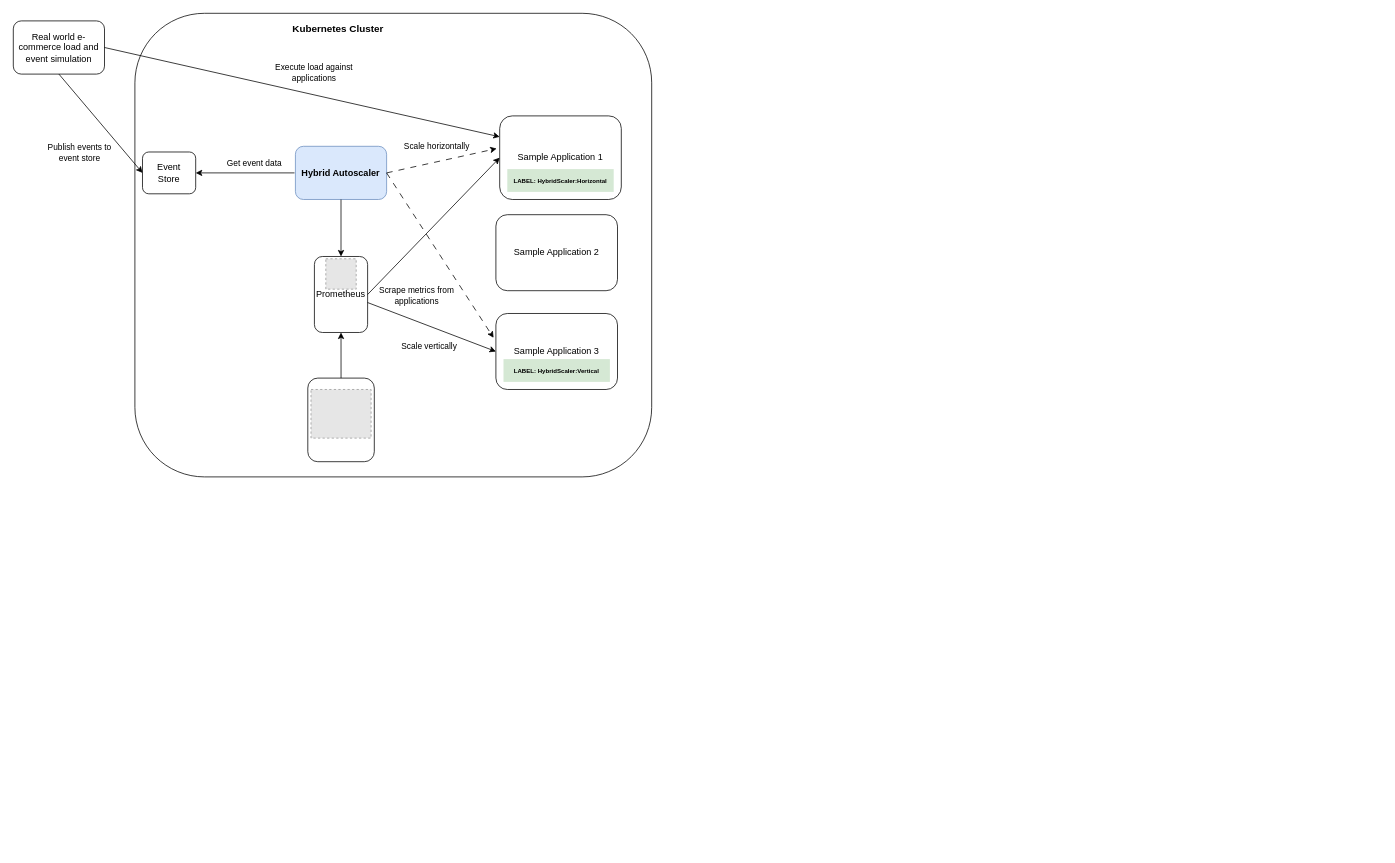
This is high-level-methodology.drawio from kerrystack/msc-project, a draw.io file, before an edit. Source tidied: cells renumbered, new cells numbered last; positions are measured from the earlier drawing's top-left corner, leaving out a move shared by most shapes. Both pictures are drawn from the tidied source at 76%, with x=0, y=0 at pixel (13, 13). Pictures stored in the file or linked from it are replaced by grey dashed boxes.
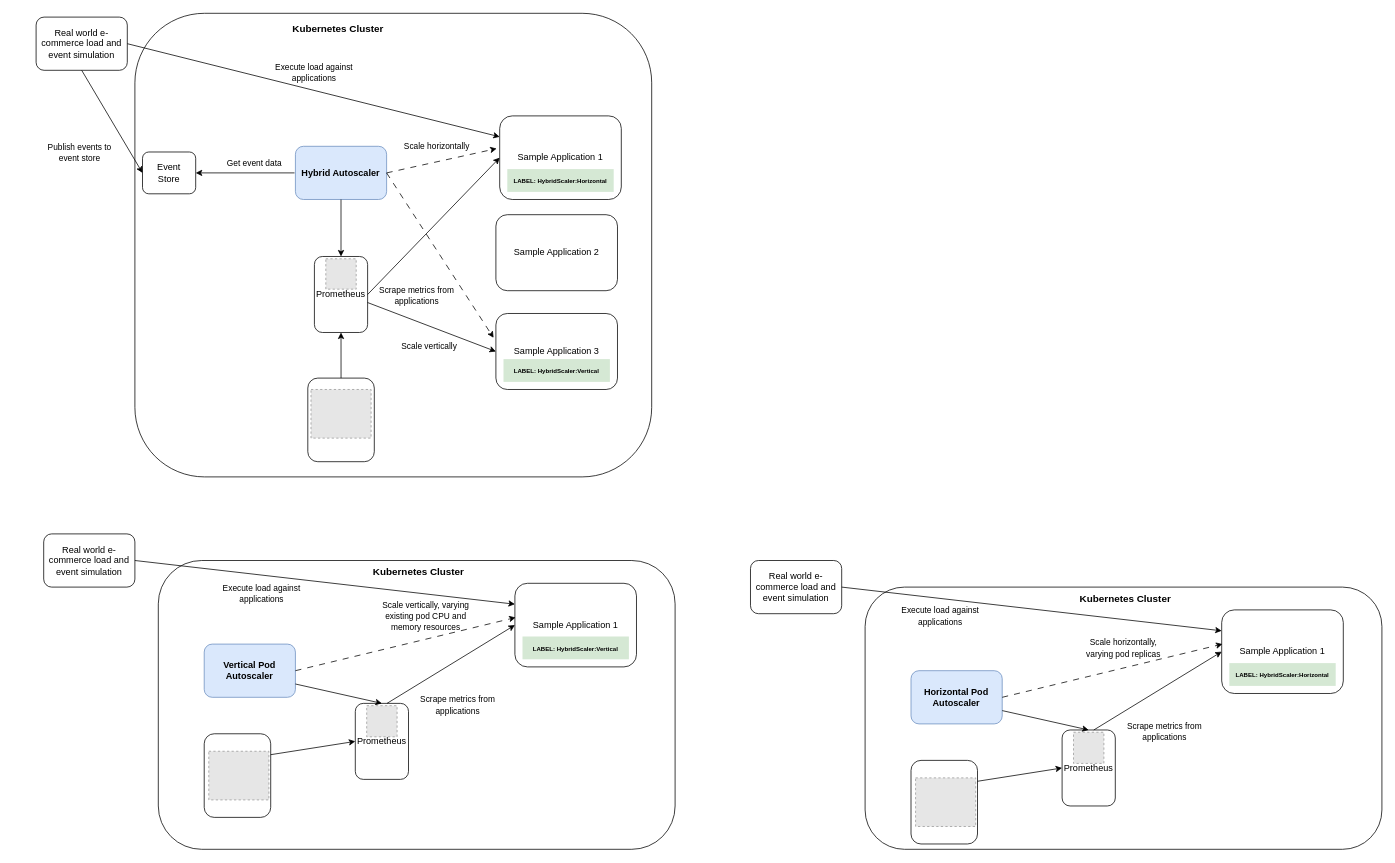
After the change.

Change to the diagram source:
```diff
@@
     <mxCell id="9" value="Real world e-commerce load and event simulation" style="rounded=1;whiteSpace=wrap;html=1;fillColor=none;" parent="1" vertex="1">
-      <mxGeometry y="10" width="120" height="70" as="geometry" />
+      <mxGeometry x="30" y="5" width="120" height="70" as="geometry" />
     </mxCell>
@@
+    <mxCell id="31" style="rounded=1;whiteSpace=wrap;html=1;fillColor=none;" parent="1" vertex="1">
+      <mxGeometry x="190.8" y="720" width="680" height="380" as="geometry" />
+    </mxCell>
+    <mxCell id="32" value="Sample Application 1" style="rounded=1;whiteSpace=wrap;html=1;fillColor=none;" parent="1" vertex="1">
+      <mxGeometry x="660" y="750" width="160" height="110" as="geometry" />
+    </mxCell>
+    <mxCell id="33" value="&lt;font style=&quot;font-size: 8px;&quot;&gt;&lt;b&gt;LABEL: HybridScaler:Horizontal&lt;/b&gt;&lt;/font&gt;" style="rounded=0;whiteSpace=wrap;html=1;fillColor=#d5e8d4;strokeColor=none;" parent="1" vertex="1">
+      <mxGeometry x="1600" y="855" width="140" height="30" as="geometry" />
+    </mxCell>
+    <mxCell id="34" value="&lt;font style=&quot;font-size: 8px;&quot;&gt;&lt;b&gt;LABEL: HybridScaler:Vertical&lt;/b&gt;&lt;/font&gt;" style="rounded=0;whiteSpace=wrap;html=1;fillColor=#d5e8d4;strokeColor=none;" parent="1" vertex="1">
+      <mxGeometry x="670" y="820" width="140" height="30" as="geometry" />
+    </mxCell>
+    <mxCell id="35" value="&lt;font size=&quot;1&quot; style=&quot;&quot;&gt;&lt;b style=&quot;font-size: 13px;&quot;&gt;Kubernetes Cluster&lt;/b&gt;&lt;/font&gt;" style="rounded=0;whiteSpace=wrap;html=1;fillColor=none;strokeColor=none;" parent="1" vertex="1">
+      <mxGeometry x="451.2" y="720" width="165" height="30" as="geometry" />
+    </mxCell>
+    <mxCell id="36" value="Real world e-commerce load and event simulation" style="rounded=1;whiteSpace=wrap;html=1;fillColor=none;" parent="1" vertex="1">
+      <mxGeometry x="40" y="685" width="120" height="70" as="geometry" />
+    </mxCell>
+    <mxCell id="37" value="&lt;b&gt;Vertical Pod Autoscaler&lt;/b&gt;" style="rounded=1;whiteSpace=wrap;html=1;fillColor=#dae8fc;strokeColor=#6c8ebf;" parent="1" vertex="1">
+      <mxGeometry x="251.2" y="830" width="120" height="70" as="geometry" />
+    </mxCell>
+    <mxCell id="38" value="Prometheus" style="rounded=1;whiteSpace=wrap;html=1;fillColor=none;" parent="1" vertex="1">
+      <mxGeometry x="450" y="908" width="70" height="100" as="geometry" />
+    </mxCell>
+    <mxCell id="39" style="endArrow=classic;html=1;rounded=0;fontSize=10;entryX=0;entryY=0.5;entryDx=0;entryDy=0;exitX=0.596;exitY=0;exitDx=0;exitDy=0;exitPerimeter=0;" parent="1" edge="1" source="38" target="32">
+      <mxGeometry relative="1" as="geometry" />
+    </mxCell>
+    <mxCell id="40" style="endArrow=classic;html=1;rounded=0;fontSize=10;entryX=0;entryY=0.25;entryDx=0;entryDy=0;exitX=1;exitY=0.5;exitDx=0;exitDy=0;" parent="1" edge="1" source="36" target="32">
+      <mxGeometry relative="1" as="geometry" />
+    </mxCell>
+    <mxCell id="41" style="endArrow=classic;html=1;rounded=0;fontSize=10;entryX=0.5;entryY=0;entryDx=0;entryDy=0;exitX=1;exitY=0.75;exitDx=0;exitDy=0;" parent="1" edge="1" source="37" target="38">
+      <mxGeometry relative="1" as="geometry" />
+    </mxCell>
+    <mxCell id="42" style="fillColor=#E6E6E6;strokeColor=#999999;dashed=1;verticalLabelPosition=bottom;labelBackgroundColor=default;verticalAlign=top;" parent="1" vertex="1">
+      <mxGeometry x="465" y="911" width="40" height="41" as="geometry" />
+    </mxCell>
+    <mxCell id="43" style="fillColor=#E6E6E6;strokeColor=#999999;dashed=1;verticalLabelPosition=bottom;labelBackgroundColor=default;verticalAlign=top;" parent="1" vertex="1">
+      <mxGeometry x="257.2" y="971" width="79.1" height="64" as="geometry" />
+    </mxCell>
+    <mxCell id="44" style="rounded=1;whiteSpace=wrap;html=1;fillColor=none;" parent="1" vertex="1">
+      <mxGeometry x="251.2" y="948" width="87.5" height="110" as="geometry" />
+    </mxCell>
+    <mxCell id="45" style="endArrow=classic;html=1;rounded=0;fontSize=10;entryX=0;entryY=0.5;entryDx=0;entryDy=0;exitX=1;exitY=0.25;exitDx=0;exitDy=0;" parent="1" edge="1" source="44" target="38">
+      <mxGeometry relative="1" as="geometry" />
+    </mxCell>
+    <mxCell id="46" style="endArrow=classic;html=1;rounded=0;dashed=1;dashPattern=8 8;exitX=1;exitY=0.5;exitDx=0;exitDy=0;entryX=0.006;entryY=0.409;entryDx=0;entryDy=0;entryPerimeter=0;" parent="1" edge="1" source="37" target="32">
+      <mxGeometry relative="1" as="geometry" />
+    </mxCell>
+    <mxCell id="47" value="&lt;font style=&quot;font-size: 11px;&quot;&gt;Scale vertically, varying existing pod CPU and memory resources&lt;/font&gt;" style="rounded=0;whiteSpace=wrap;html=1;fillColor=none;strokeColor=none;" parent="1" vertex="1">
+      <mxGeometry x="468.8" y="785" width="147.5" height="15" as="geometry" />
+    </mxCell>
+    <mxCell id="48" value="&lt;span style=&quot;font-size: 11px;&quot;&gt;Execute load against applications&lt;/span&gt;" style="rounded=0;whiteSpace=wrap;html=1;fillColor=none;strokeColor=none;" parent="1" vertex="1">
+      <mxGeometry x="257.2" y="755" width="140" height="15" as="geometry" />
+    </mxCell>
+    <mxCell id="49" value="&lt;font style=&quot;font-size: 11px;&quot;&gt;Scrape metrics from applications&lt;/font&gt;" style="rounded=0;whiteSpace=wrap;html=1;fillColor=none;strokeColor=none;" parent="1" vertex="1">
+      <mxGeometry x="525" y="902.5" width="120" height="15" as="geometry" />
+    </mxCell>
+    <mxCell id="50" style="rounded=1;whiteSpace=wrap;html=1;fillColor=none;" parent="1" vertex="1">
+      <mxGeometry x="1120.8" y="755" width="680" height="345" as="geometry" />
+    </mxCell>
+    <mxCell id="51" value="Sample Application 1" style="rounded=1;whiteSpace=wrap;html=1;fillColor=none;" parent="1" vertex="1">
+      <mxGeometry x="1590" y="785" width="160" height="110" as="geometry" />
+    </mxCell>
+    <mxCell id="52" value="&lt;font size=&quot;1&quot; style=&quot;&quot;&gt;&lt;b style=&quot;font-size: 13px;&quot;&gt;Kubernetes Cluster&lt;/b&gt;&lt;/font&gt;" style="rounded=0;whiteSpace=wrap;html=1;fillColor=none;strokeColor=none;" parent="1" vertex="1">
+      <mxGeometry x="1381.2" y="755" width="165" height="30" as="geometry" />
+    </mxCell>
+    <mxCell id="53" value="Real world e-commerce load and event simulation" style="rounded=1;whiteSpace=wrap;html=1;fillColor=none;" parent="1" vertex="1">
+      <mxGeometry x="970" y="720" width="120" height="70" as="geometry" />
+    </mxCell>
+    <mxCell id="54" value="&lt;b&gt;Horizontal Pod Autoscaler&lt;/b&gt;" style="rounded=1;whiteSpace=wrap;html=1;fillColor=#dae8fc;strokeColor=#6c8ebf;" parent="1" vertex="1">
+      <mxGeometry x="1181.2" y="865" width="120" height="70" as="geometry" />
+    </mxCell>
+    <mxCell id="55" value="Prometheus" style="rounded=1;whiteSpace=wrap;html=1;fillColor=none;" parent="1" vertex="1">
+      <mxGeometry x="1380" y="943" width="70" height="100" as="geometry" />
+    </mxCell>
+    <mxCell id="56" style="endArrow=classic;html=1;rounded=0;fontSize=10;entryX=0;entryY=0.5;entryDx=0;entryDy=0;exitX=0.596;exitY=0;exitDx=0;exitDy=0;exitPerimeter=0;" parent="1" edge="1" source="55" target="51">
+      <mxGeometry relative="1" as="geometry" />
+    </mxCell>
+    <mxCell id="57" style="endArrow=classic;html=1;rounded=0;fontSize=10;entryX=0;entryY=0.25;entryDx=0;entryDy=0;exitX=1;exitY=0.5;exitDx=0;exitDy=0;" parent="1" edge="1" source="53" target="51">
+      <mxGeometry relative="1" as="geometry" />
+    </mxCell>
+    <mxCell id="58" style="endArrow=classic;html=1;rounded=0;fontSize=10;entryX=0.5;entryY=0;entryDx=0;entryDy=0;exitX=1;exitY=0.75;exitDx=0;exitDy=0;" parent="1" edge="1" source="54" target="55">
+      <mxGeometry relative="1" as="geometry" />
+    </mxCell>
+    <mxCell id="59" style="fillColor=#E6E6E6;strokeColor=#999999;dashed=1;verticalLabelPosition=bottom;labelBackgroundColor=default;verticalAlign=top;" parent="1" vertex="1">
+      <mxGeometry x="1395" y="946" width="40" height="41" as="geometry" />
+    </mxCell>
+    <mxCell id="60" style="fillColor=#E6E6E6;strokeColor=#999999;dashed=1;verticalLabelPosition=bottom;labelBackgroundColor=default;verticalAlign=top;" parent="1" vertex="1">
+      <mxGeometry x="1187.2" y="1006" width="79.1" height="64" as="geometry" />
+    </mxCell>
+    <mxCell id="61" style="rounded=1;whiteSpace=wrap;html=1;fillColor=none;" parent="1" vertex="1">
+      <mxGeometry x="1181.2" y="983" width="87.5" height="110" as="geometry" />
+    </mxCell>
+    <mxCell id="62" style="endArrow=classic;html=1;rounded=0;fontSize=10;entryX=0;entryY=0.5;entryDx=0;entryDy=0;exitX=1;exitY=0.25;exitDx=0;exitDy=0;" parent="1" edge="1" source="61" target="55">
+      <mxGeometry relative="1" as="geometry" />
+    </mxCell>
+    <mxCell id="63" style="endArrow=classic;html=1;rounded=0;dashed=1;dashPattern=8 8;exitX=1;exitY=0.5;exitDx=0;exitDy=0;entryX=0.006;entryY=0.409;entryDx=0;entryDy=0;entryPerimeter=0;" parent="1" edge="1" source="54" target="51">
+      <mxGeometry relative="1" as="geometry" />
+    </mxCell>
+    <mxCell id="64" value="&lt;font style=&quot;font-size: 11px;&quot;&gt;Scale horizontally, varying pod replicas&lt;/font&gt;" style="rounded=0;whiteSpace=wrap;html=1;fillColor=none;strokeColor=none;" parent="1" vertex="1">
+      <mxGeometry x="1398.9" y="827.5" width="123.8" height="15" as="geometry" />
+    </mxCell>
+    <mxCell id="65" value="&lt;span style=&quot;font-size: 11px;&quot;&gt;Execute load against applications&lt;/span&gt;" style="rounded=0;whiteSpace=wrap;html=1;fillColor=none;strokeColor=none;" parent="1" vertex="1">
+      <mxGeometry x="1150" y="785" width="140" height="15" as="geometry" />
+    </mxCell>
+    <mxCell id="66" value="&lt;font style=&quot;font-size: 11px;&quot;&gt;Scrape metrics from applications&lt;/font&gt;" style="rounded=0;whiteSpace=wrap;html=1;fillColor=none;strokeColor=none;" parent="1" vertex="1">
+      <mxGeometry x="1455" y="937.5" width="120" height="15" as="geometry" />
+    </mxCell>
```
